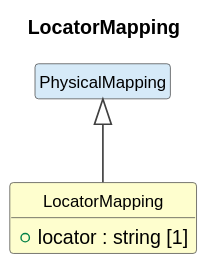
Before: cdif-uml-model/_plantuml/cdifDataDescription/Classes/LocatorMapping.svg, a diagram exported from PlantUML (Cross-Domain-Interoperability-Framework/metadataBuildingBlocks).
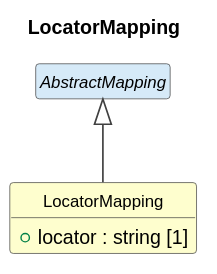
After the change.

Diff of the diagram source:
```diff
@@ -13,6 +13,6 @@
 class "LocatorMapping" as LocatorMapping #FEFECE {
   +locator : string [1]
 }
-class "PhysicalMapping" as PhysicalMapping #D6EAF8
-PhysicalMapping <|-- LocatorMapping
+abstract class "AbstractMapping" as AbstractMapping #D6EAF8
+AbstractMapping <|-- LocatorMapping
 @enduml
```
